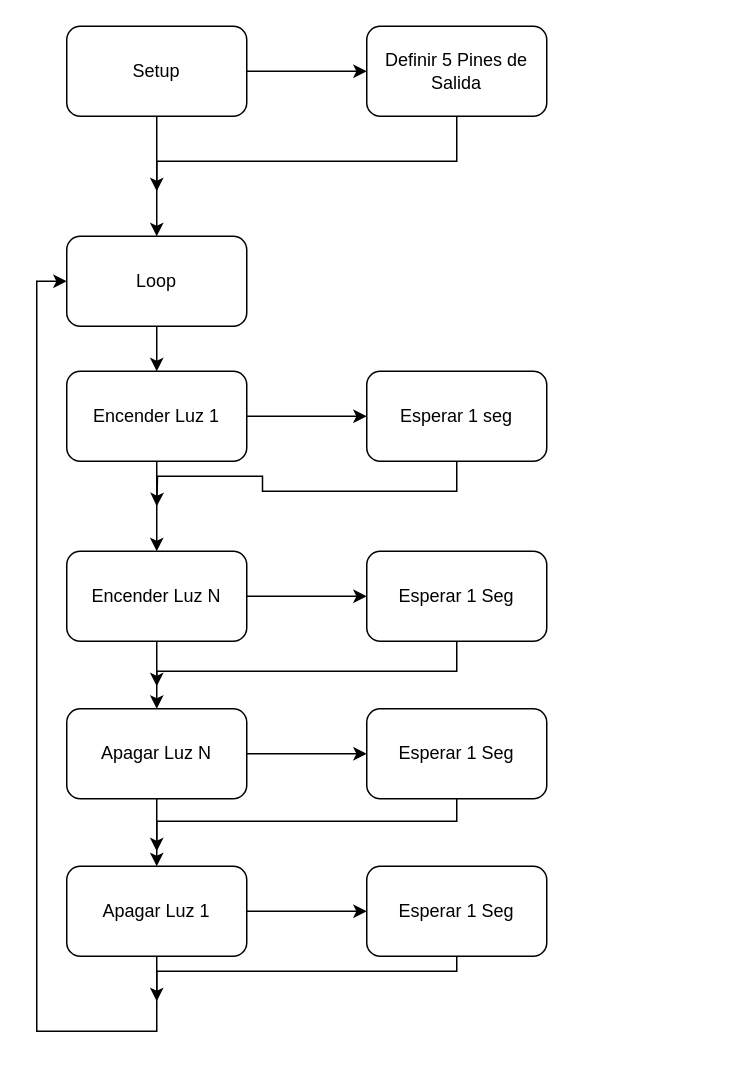
grg8881m/electiva_iot keeps this draw.io diagram as arduino.drawio. Above is the earlier version. Source tidied: cells renumbered, new cells numbered last; positions are measured from the earlier drawing's top-left corner, leaving out a move shared by most shapes. Both pictures are drawn from the tidied source at 150%, with x=0, y=0 at pixel (36, 26).
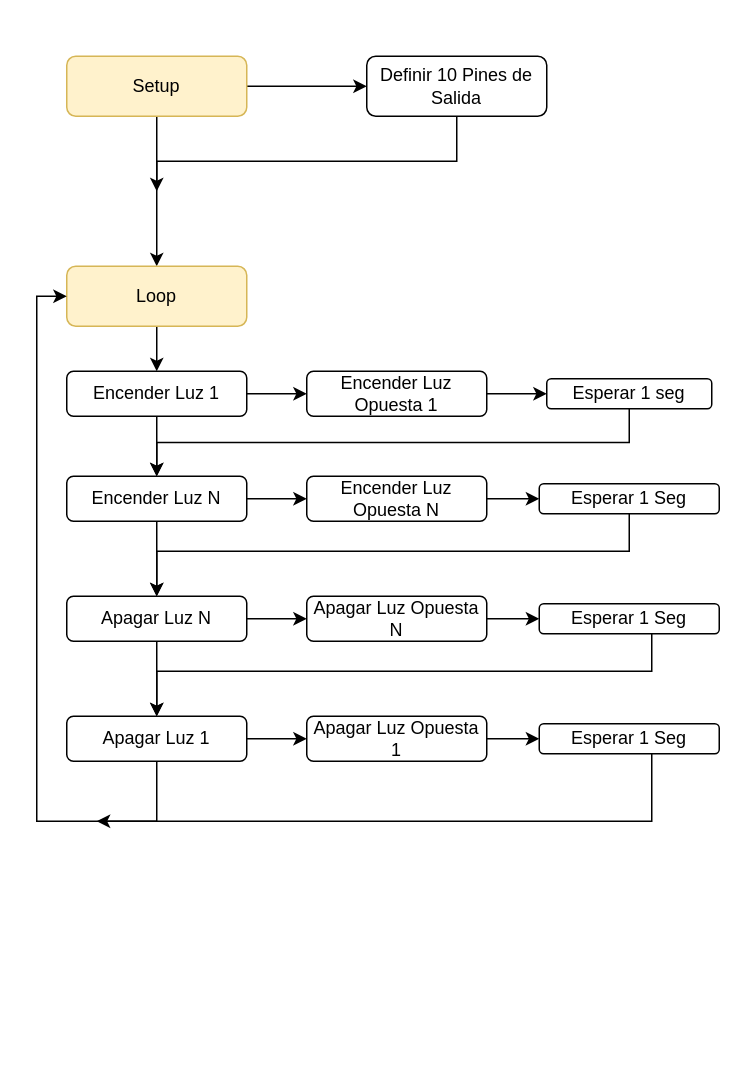
Above is the later version.

Diff of the diagram source:
```diff
@@
-    <mxCell id="4" value="Setup" style="rounded=1;whiteSpace=wrap;html=1;" parent="1" vertex="1">
-      <mxGeometry x="20" width="120" height="60" as="geometry" />
+    <mxCell id="4" value="Setup" style="rounded=1;whiteSpace=wrap;html=1;fillColor=#fff2cc;strokeColor=#d6b656;" parent="1" vertex="1">
+      <mxGeometry x="20" y="20" width="120" height="40" as="geometry" />
     </mxCell>
@@
-    <mxCell id="6" value="Definir 5 Pines de Salida" style="whiteSpace=wrap;html=1;rounded=1;" parent="1" vertex="1">
-      <mxGeometry x="220" width="120" height="60" as="geometry" />
+    <mxCell id="6" value="Definir 10 Pines de Salida" style="whiteSpace=wrap;html=1;rounded=1;" parent="1" vertex="1">
+      <mxGeometry x="220" y="20" width="120" height="40" as="geometry" />
     </mxCell>
-    <mxCell id="7" style="edgeStyle=orthogonalEdgeStyle;rounded=0;jettySize=auto;html=1;" parent="1" edge="1" source="9" target="11">
-      <mxGeometry relative="1" as="geometry" />
-    </mxCell>
@@
+    <mxCell id="29" style="edgeStyle=orthogonalEdgeStyle;rounded=0;jettySize=auto;html=1;" parent="1" edge="1" source="9">
+      <mxGeometry relative="1" as="geometry">
+        <mxPoint x="180" y="245" as="targetPoint" />
+      </mxGeometry>
+    </mxCell>
     <mxCell id="9" value="Encender Luz 1" style="whiteSpace=wrap;html=1;rounded=1;" parent="1" vertex="1">
-      <mxGeometry x="20" y="230" width="120" height="60" as="geometry" />
+      <mxGeometry x="20" y="230" width="120" height="30" as="geometry" />
     </mxCell>
-    <mxCell id="10" style="edgeStyle=orthogonalEdgeStyle;rounded=0;jettySize=auto;html=1;exitX=0.5;exitY=1;exitDx=0;exitDy=0;" parent="1" edge="1" source="11">
-      <mxGeometry relative="1" as="geometry">
-        <mxPoint x="80" y="320" as="targetPoint" />
-      </mxGeometry>
+    <mxCell id="10" style="edgeStyle=orthogonalEdgeStyle;rounded=0;jettySize=auto;html=1;exitX=0.5;exitY=1;exitDx=0;exitDy=0;entryX=0.5;entryY=0;entryDx=0;entryDy=0;" parent="1" edge="1" source="11" target="14">
+      <mxGeometry relative="1" as="geometry" />
     </mxCell>
     <mxCell id="11" value="Esperar 1 seg" style="whiteSpace=wrap;html=1;rounded=1;" parent="1" vertex="1">
-      <mxGeometry x="220" y="230" width="120" height="60" as="geometry" />
+      <mxGeometry x="340" y="235" width="110" height="20" as="geometry" />
     </mxCell>
-    <mxCell id="12" style="edgeStyle=orthogonalEdgeStyle;rounded=0;jettySize=auto;html=1;" parent="1" edge="1" source="14" target="16">
-      <mxGeometry relative="1" as="geometry" />
-    </mxCell>
-    <mxCell id="13" style="edgeStyle=orthogonalEdgeStyle;rounded=0;jettySize=auto;html=1;" parent="1" edge="1" source="14" target="21">
+    <mxCell id="13" style="edgeStyle=orthogonalEdgeStyle;rounded=0;jettySize=auto;html=1;entryX=0.5;entryY=0;entryDx=0;entryDy=0;" parent="1" edge="1" source="14" target="21">
       <mxGeometry relative="1" as="geometry" />
     </mxCell>
+    <mxCell id="30" style="edgeStyle=orthogonalEdgeStyle;rounded=0;jettySize=auto;html=1;" parent="1" edge="1" source="14" target="35">
+      <mxGeometry relative="1" as="geometry" />
+    </mxCell>
     <mxCell id="14" value="Encender Luz N" style="whiteSpace=wrap;html=1;rounded=1;" parent="1" vertex="1">
-      <mxGeometry x="20" y="350" width="120" height="60" as="geometry" />
+      <mxGeometry x="20" y="300" width="120" height="30" as="geometry" />
     </mxCell>
-    <mxCell id="15" style="edgeStyle=orthogonalEdgeStyle;rounded=0;jettySize=auto;html=1;" parent="1" edge="1" source="16">
-      <mxGeometry relative="1" as="geometry">
-        <mxPoint x="80" y="440" as="targetPoint" />
-        <Array as="points">
-          <mxPoint x="280" y="430" />
-          <mxPoint x="80" y="430" />
-        </Array>
-      </mxGeometry>
-    </mxCell>
+    <mxCell id="31" style="edgeStyle=orthogonalEdgeStyle;rounded=0;jettySize=auto;html=1;entryX=0.5;entryY=0;entryDx=0;entryDy=0;" parent="1" edge="1" source="16" target="21">
+      <mxGeometry relative="1" as="geometry">
+        <Array as="points">
+          <mxPoint x="395" y="350" />
+          <mxPoint x="80" y="350" />
+        </Array>
+      </mxGeometry>
+    </mxCell>
     <mxCell id="16" value="Esperar 1 Seg" style="whiteSpace=wrap;html=1;rounded=1;" parent="1" vertex="1">
-      <mxGeometry x="220" y="350" width="120" height="60" as="geometry" />
+      <mxGeometry x="335" y="305" width="120" height="20" as="geometry" />
     </mxCell>
@@
-    <mxCell id="18" value="Loop" style="rounded=1;whiteSpace=wrap;html=1;" parent="1" vertex="1">
-      <mxGeometry x="20" y="140" width="120" height="60" as="geometry" />
+    <mxCell id="18" value="Loop" style="rounded=1;whiteSpace=wrap;html=1;fillColor=#fff2cc;strokeColor=#d6b656;" parent="1" vertex="1">
+      <mxGeometry x="20" y="160" width="120" height="40" as="geometry" />
     </mxCell>
-    <mxCell id="19" style="edgeStyle=orthogonalEdgeStyle;rounded=0;jettySize=auto;html=1;" parent="1" edge="1" source="21" target="23">
-      <mxGeometry relative="1" as="geometry" />
-    </mxCell>
+    <mxCell id="25" style="edgeStyle=orthogonalEdgeStyle;rounded=0;jettySize=auto;html=1;entryX=0;entryY=0.5;entryDx=0;entryDy=0;exitX=0.5;exitY=1;exitDx=0;exitDy=0;" parent="1" edge="1" source="26" target="18">
+      <mxGeometry relative="1" as="geometry">
+        <Array as="points">
+          <mxPoint x="80" y="530" />
+          <mxPoint y="530" />
+          <mxPoint y="180" />
+        </Array>
+      </mxGeometry>
+    </mxCell>
+    <mxCell id="32" style="edgeStyle=orthogonalEdgeStyle;rounded=0;jettySize=auto;html=1;" parent="1" edge="1" source="33" target="11">
+      <mxGeometry relative="1" as="geometry" />
+    </mxCell>
+    <mxCell id="33" value="Encender Luz Opuesta 1" style="whiteSpace=wrap;html=1;rounded=1;" parent="1" vertex="1">
+      <mxGeometry x="180" y="230" width="120" height="30" as="geometry" />
+    </mxCell>
+    <mxCell id="34" style="edgeStyle=orthogonalEdgeStyle;rounded=0;jettySize=auto;html=1;entryX=0;entryY=0.5;entryDx=0;entryDy=0;" parent="1" edge="1" source="35" target="16">
+      <mxGeometry relative="1" as="geometry" />
+    </mxCell>
+    <mxCell id="35" value="Encender Luz Opuesta N" style="whiteSpace=wrap;html=1;rounded=1;" parent="1" vertex="1">
+      <mxGeometry x="180" y="300" width="120" height="30" as="geometry" />
+    </mxCell>
+    <mxCell id="36" style="edgeStyle=orthogonalEdgeStyle;rounded=0;jettySize=auto;html=1;entryX=0;entryY=0.5;entryDx=0;entryDy=0;" parent="1" edge="1" source="21" target="40">
+      <mxGeometry relative="1" as="geometry" />
+    </mxCell>
-    <mxCell id="20" style="edgeStyle=orthogonalEdgeStyle;rounded=0;jettySize=auto;html=1;" parent="1" edge="1" source="21" target="26">
+    <mxCell id="20" style="edgeStyle=orthogonalEdgeStyle;rounded=0;jettySize=auto;html=1;entryX=0.5;entryY=0;entryDx=0;entryDy=0;" parent="1" edge="1" source="21" target="26">
       <mxGeometry relative="1" as="geometry" />
     </mxCell>
     <mxCell id="21" value="Apagar Luz N" style="whiteSpace=wrap;html=1;rounded=1;" parent="1" vertex="1">
-      <mxGeometry x="20" y="455" width="120" height="60" as="geometry" />
+      <mxGeometry x="20" y="380" width="120" height="30" as="geometry" />
     </mxCell>
-    <mxCell id="22" style="edgeStyle=orthogonalEdgeStyle;rounded=0;jettySize=auto;html=1;" parent="1" edge="1" source="23">
-      <mxGeometry relative="1" as="geometry">
-        <mxPoint x="80" y="550" as="targetPoint" />
-        <Array as="points">
-          <mxPoint x="280" y="530" />
-          <mxPoint x="80" y="530" />
-        </Array>
-      </mxGeometry>
-    </mxCell>
-    <mxCell id="23" value="Esperar 1 Seg" style="whiteSpace=wrap;html=1;rounded=1;" parent="1" vertex="1">
-      <mxGeometry x="220" y="455" width="120" height="60" as="geometry" />
-    </mxCell>
-    <mxCell id="24" style="edgeStyle=orthogonalEdgeStyle;rounded=0;jettySize=auto;html=1;" parent="1" edge="1" source="26" target="28">
-      <mxGeometry relative="1" as="geometry" />
-    </mxCell>
-    <mxCell id="25" style="edgeStyle=orthogonalEdgeStyle;rounded=0;jettySize=auto;html=1;entryX=0;entryY=0.5;entryDx=0;entryDy=0;" parent="1" edge="1" source="26" target="18">
-      <mxGeometry relative="1" as="geometry">
-        <Array as="points">
-          <mxPoint x="80" y="670" />
-          <mxPoint y="670" />
-          <mxPoint y="170" />
-        </Array>
-      </mxGeometry>
-    </mxCell>
+    <mxCell id="37" style="edgeStyle=orthogonalEdgeStyle;rounded=0;jettySize=auto;html=1;entryX=0.5;entryY=0;entryDx=0;entryDy=0;" parent="1" edge="1" source="38" target="26">
+      <mxGeometry relative="1" as="geometry">
+        <Array as="points">
+          <mxPoint x="410" y="430" />
+          <mxPoint x="80" y="430" />
+        </Array>
+      </mxGeometry>
+    </mxCell>
+    <mxCell id="38" value="Esperar 1 Seg" style="whiteSpace=wrap;html=1;rounded=1;" parent="1" vertex="1">
+      <mxGeometry x="335" y="385" width="120" height="20" as="geometry" />
+    </mxCell>
+    <mxCell id="39" style="edgeStyle=orthogonalEdgeStyle;rounded=0;jettySize=auto;html=1;entryX=0;entryY=0.5;entryDx=0;entryDy=0;" parent="1" edge="1" source="40" target="38">
+      <mxGeometry relative="1" as="geometry" />
+    </mxCell>
+    <mxCell id="40" value="Apagar Luz Opuesta N" style="whiteSpace=wrap;html=1;rounded=1;" parent="1" vertex="1">
+      <mxGeometry x="180" y="380" width="120" height="30" as="geometry" />
+    </mxCell>
+    <mxCell id="41" style="edgeStyle=orthogonalEdgeStyle;rounded=0;jettySize=auto;html=1;entryX=0;entryY=0.5;entryDx=0;entryDy=0;" parent="1" edge="1" source="26" target="45">
+      <mxGeometry relative="1" as="geometry" />
+    </mxCell>
     <mxCell id="26" value="Apagar Luz 1" style="whiteSpace=wrap;html=1;rounded=1;" parent="1" vertex="1">
-      <mxGeometry x="20" y="560" width="120" height="60" as="geometry" />
+      <mxGeometry x="20" y="460" width="120" height="30" as="geometry" />
     </mxCell>
-    <mxCell id="27" style="edgeStyle=orthogonalEdgeStyle;rounded=0;jettySize=auto;html=1;" parent="1" edge="1" source="28">
-      <mxGeometry relative="1" as="geometry">
-        <mxPoint x="80" y="650" as="targetPoint" />
-        <Array as="points">
-          <mxPoint x="280" y="630" />
-          <mxPoint x="80" y="630" />
-        </Array>
-      </mxGeometry>
-    </mxCell>
-    <mxCell id="28" value="Esperar 1 Seg" style="whiteSpace=wrap;html=1;rounded=1;" parent="1" vertex="1">
-      <mxGeometry x="220" y="560" width="120" height="60" as="geometry" />
-    </mxCell>
+    <mxCell id="42" style="edgeStyle=orthogonalEdgeStyle;rounded=0;jettySize=auto;html=1;" parent="1" edge="1" source="43">
+      <mxGeometry relative="1" as="geometry">
+        <mxPoint x="40" y="530" as="targetPoint" />
+        <Array as="points">
+          <mxPoint x="410" y="530" />
+        </Array>
+      </mxGeometry>
+    </mxCell>
+    <mxCell id="43" value="Esperar 1 Seg" style="whiteSpace=wrap;html=1;rounded=1;" parent="1" vertex="1">
+      <mxGeometry x="335" y="465" width="120" height="20" as="geometry" />
+    </mxCell>
+    <mxCell id="44" style="edgeStyle=orthogonalEdgeStyle;rounded=0;jettySize=auto;html=1;entryX=0;entryY=0.5;entryDx=0;entryDy=0;" parent="1" edge="1" source="45" target="43">
+      <mxGeometry relative="1" as="geometry" />
+    </mxCell>
+    <mxCell id="45" value="Apagar Luz Opuesta 1" style="whiteSpace=wrap;html=1;rounded=1;" parent="1" vertex="1">
+      <mxGeometry x="180" y="460" width="120" height="30" as="geometry" />
+    </mxCell>
```
